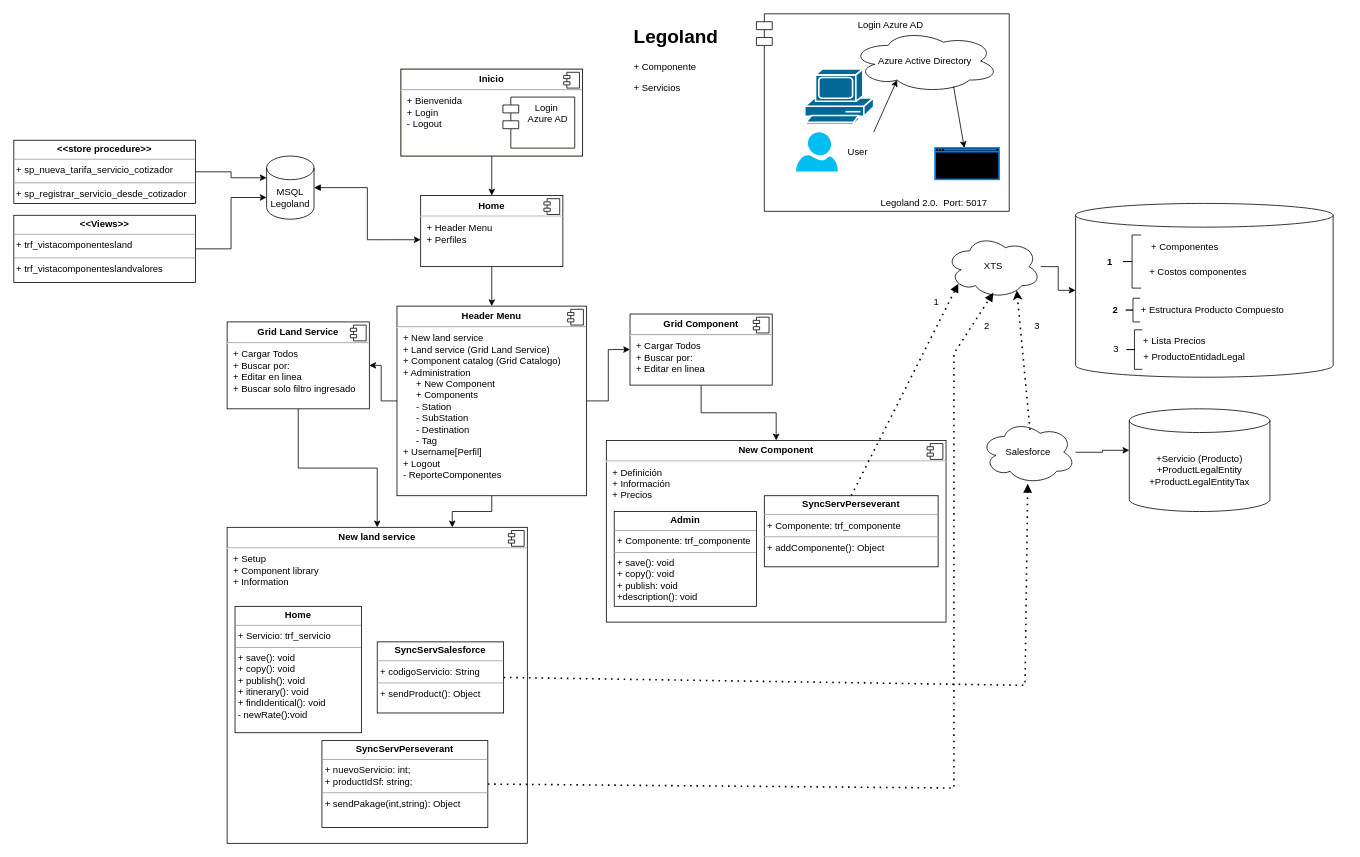
Above: Legoland2.drawio in TecladoZurdo/UML (draw.io), before the change. Source tidied: cells renumbered, new cells numbered last; positions are measured from the earlier drawing's top-left corner, leaving out a move shared by most shapes. Both pictures are drawn from the tidied source at 79%, with x=0, y=0 at pixel (13, 13).
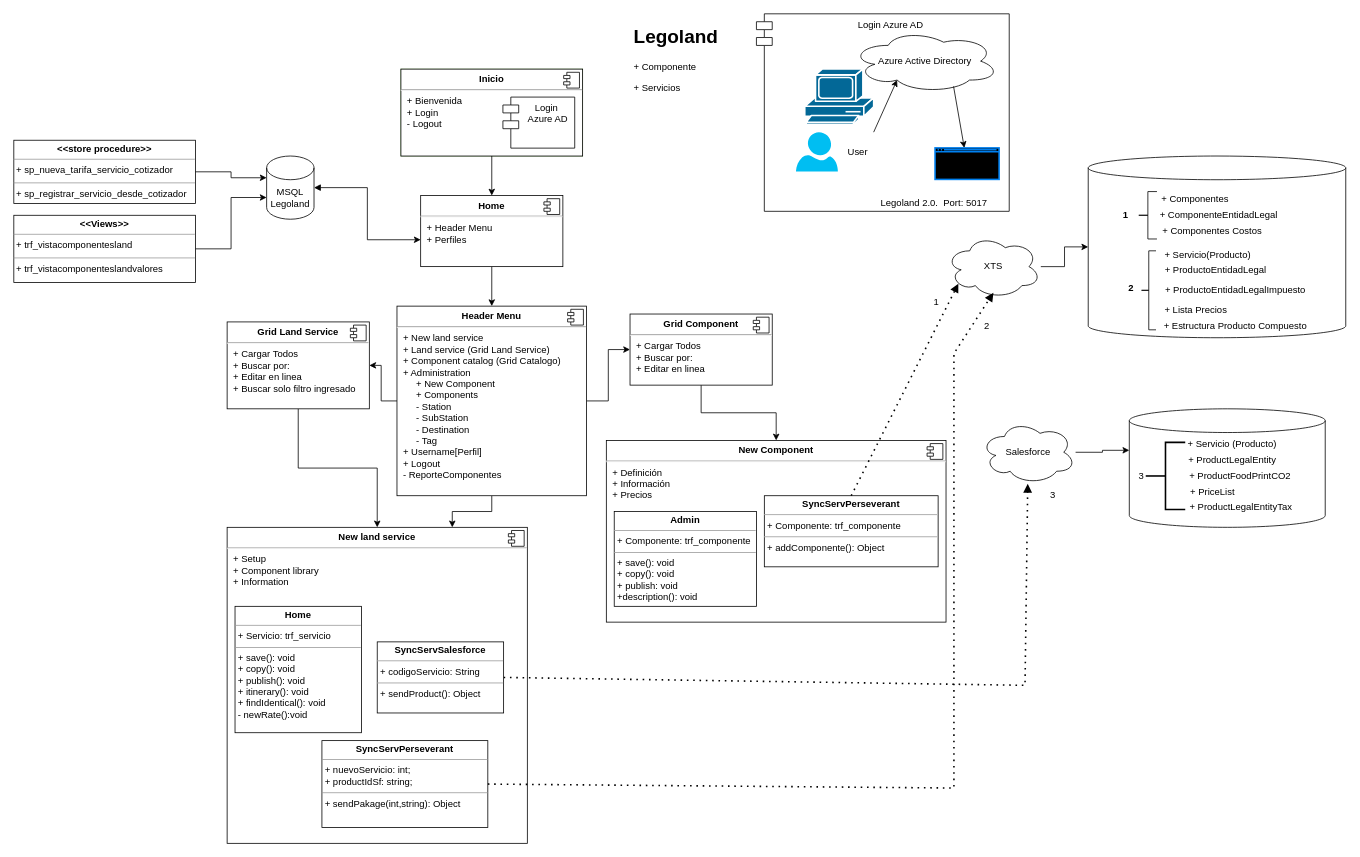
The same diagram, later.

The change refers to these unchanged cells:
```xml
<mxCell id="40" value="XTS" style="ellipse;shape=cloud;whiteSpace=wrap;html=1;rounded=0;" parent="1" vertex="1">
  <mxGeometry x="1180" y="280" width="120" height="80" as="geometry" />
</mxCell>
<mxCell id="41" value="Salesforce" style="ellipse;shape=cloud;whiteSpace=wrap;html=1;rounded=0;" parent="1" vertex="1">
  <mxGeometry x="1224" y="515" width="120" height="80" as="geometry" />
</mxCell>
```

What changed in the source:
```diff
@@
-    <mxCell id="43" value="&lt;br&gt;&amp;nbsp; &amp;nbsp; &amp;nbsp; &amp;nbsp; &amp;nbsp; &amp;nbsp;&lt;br&gt;&amp;nbsp; &amp;nbsp; &amp;nbsp;&amp;nbsp;&lt;br&gt;&lt;br&gt;&amp;nbsp; &amp;nbsp; &amp;nbsp; &amp;nbsp; &amp;nbsp; &amp;nbsp; &amp;nbsp; &amp;nbsp; &amp;nbsp; &amp;nbsp; &amp;nbsp; &amp;nbsp; &amp;nbsp; &amp;nbsp; &amp;nbsp; &amp;nbsp; &amp;nbsp; &amp;nbsp; &amp;nbsp;&amp;nbsp;" style="shape=cylinder3;whiteSpace=wrap;html=1;boundedLbl=1;backgroundOutline=1;size=15;rounded=0;" parent="1" vertex="1">
-      <mxGeometry x="1344" y="240" width="326" height="220" as="geometry" />
-    </mxCell>
-    <mxCell id="44" value="+Servicio (Producto)&lt;br&gt;+ProductLegalEntity&lt;br&gt;+ProductLegalEntityTax" style="shape=cylinder3;whiteSpace=wrap;html=1;boundedLbl=1;backgroundOutline=1;size=15;rounded=0;" parent="1" vertex="1">
-      <mxGeometry x="1412" y="500" width="178" height="130" as="geometry" />
+    <mxCell id="44" value="&lt;br&gt;&lt;br&gt;&lt;br&gt;" style="shape=cylinder3;whiteSpace=wrap;html=1;boundedLbl=1;backgroundOutline=1;size=15;rounded=0;align=center;" parent="1" vertex="1">
+      <mxGeometry x="1412" y="500" width="248" height="150" as="geometry" />
     </mxCell>
@@
-    <mxCell id="60" style="group;" parent="1" vertex="1">
-      <mxGeometry x="1380" y="360" width="220" height="30" as="geometry" />
-    </mxCell>
+    <mxCell id="76" style="group;" parent="1" vertex="1">
+      <mxGeometry x="1360" y="180" width="326" height="230" as="geometry" />
+    </mxCell>
+    <mxCell id="43" value="&lt;br&gt;&amp;nbsp; &amp;nbsp; &amp;nbsp; &amp;nbsp; &amp;nbsp; &amp;nbsp;&lt;br&gt;&amp;nbsp; &amp;nbsp; &amp;nbsp;&amp;nbsp;&lt;br&gt;&lt;br&gt;&amp;nbsp; &amp;nbsp; &amp;nbsp; &amp;nbsp; &amp;nbsp; &amp;nbsp; &amp;nbsp; &amp;nbsp; &amp;nbsp; &amp;nbsp; &amp;nbsp; &amp;nbsp; &amp;nbsp; &amp;nbsp; &amp;nbsp; &amp;nbsp; &amp;nbsp; &amp;nbsp; &amp;nbsp;&amp;nbsp;" style="shape=cylinder3;whiteSpace=wrap;html=1;boundedLbl=1;backgroundOutline=1;size=15;rounded=0;" parent="76" vertex="1">
+      <mxGeometry width="326" height="230" as="geometry" />
+    </mxCell>
+    <mxCell id="77" style="group;" parent="1" vertex="1">
+      <mxGeometry x="1400" y="290" width="245.8" height="120" as="geometry" />
+    </mxCell>
-    <mxCell id="61" style="shape=curlyBracket;whiteSpace=wrap;html=1;rounded=0;labelPosition=left;verticalLabelPosition=middle;align=right;verticalAlign=middle;size=0.5;" parent="60" vertex="1">
-      <mxGeometry x="27.5" width="18.3" height="30" as="geometry" />
+    <mxCell id="61" style="shape=curlyBracket;whiteSpace=wrap;html=1;rounded=0;labelPosition=left;verticalLabelPosition=middle;align=right;verticalAlign=middle;size=0.5;" parent="77" vertex="1">
+      <mxGeometry x="27.5" y="10" width="18.3" height="100" as="geometry" />
     </mxCell>
-    <mxCell id="62" value="2" style="text;align=center;fontStyle=1;verticalAlign=middle;spacingLeft=3;spacingRight=3;strokeColor=none;html=1;rounded=0;" parent="60" vertex="1">
-      <mxGeometry y="6.8" width="27.5" height="16.5" as="geometry" />
+    <mxCell id="62" value="2" style="text;align=center;fontStyle=1;verticalAlign=middle;spacingLeft=3;spacingRight=3;strokeColor=none;html=1;rounded=0;" parent="77" vertex="1">
+      <mxGeometry y="45" width="27.5" height="23.2" as="geometry" />
     </mxCell>
-    <mxCell id="63" value="+ Estructura Producto Compuesto" style="text;html=1;align=center;verticalAlign=middle;strokeColor=none;fillColor=none;" parent="60" vertex="1">
-      <mxGeometry x="36.7" width="200" height="30" as="geometry" />
+    <mxCell id="63" value="+ Estructura Producto Compuesto" style="text;html=1;align=center;verticalAlign=middle;strokeColor=none;fillColor=none;" parent="77" vertex="1">
+      <mxGeometry x="45.8" y="90" width="200" height="30" as="geometry" />
     </mxCell>
-    <mxCell id="64" style="group;" parent="1" vertex="1">
-      <mxGeometry x="1370" y="280" width="217" height="67.2" as="geometry" />
-    </mxCell>
+    <mxCell id="78" value="+ Servicio(Producto)" style="text;html=1;align=center;verticalAlign=middle;strokeColor=none;fillColor=none;" parent="77" vertex="1">
+      <mxGeometry x="45.8" width="130" height="30" as="geometry" />
+    </mxCell>
+    <mxCell id="72" value="+ Lista Precios" style="text;html=1;align=center;verticalAlign=middle;strokeColor=none;fillColor=none;" parent="77" vertex="1">
+      <mxGeometry x="45.8" y="70" width="100" height="30" as="geometry" />
+    </mxCell>
+    <mxCell id="75" value="+ ProductoEntidadLegal" style="text;html=1;align=center;verticalAlign=middle;strokeColor=none;fillColor=none;" parent="77" vertex="1">
+      <mxGeometry x="45.8" y="20" width="150" height="30" as="geometry" />
+    </mxCell>
+    <mxCell id="79" value="+ ProductoEntidadLegalImpuesto" style="text;html=1;align=center;verticalAlign=middle;strokeColor=none;fillColor=none;" parent="77" vertex="1">
+      <mxGeometry x="45.8" y="45" width="200" height="30" as="geometry" />
+    </mxCell>
+    <mxCell id="80" style="group;" parent="1" vertex="1">
+      <mxGeometry x="1390" y="220" width="220" height="70" as="geometry" />
+    </mxCell>
-    <mxCell id="65" style="shape=curlyBracket;whiteSpace=wrap;html=1;rounded=0;labelPosition=left;verticalLabelPosition=middle;align=right;verticalAlign=middle;size=0.5;" parent="64" vertex="1">
-      <mxGeometry x="34" width="23" height="67.2" as="geometry" />
+    <mxCell id="65" style="shape=curlyBracket;whiteSpace=wrap;html=1;rounded=0;labelPosition=left;verticalLabelPosition=middle;align=right;verticalAlign=middle;size=0.5;" parent="80" vertex="1">
+      <mxGeometry x="34" y="5" width="23" height="60" as="geometry" />
     </mxCell>
-    <mxCell id="66" value="1" style="text;align=center;fontStyle=1;verticalAlign=middle;spacingLeft=3;spacingRight=3;strokeColor=none;html=1;rounded=0;" parent="64" vertex="1">
-      <mxGeometry y="18.4" width="34" height="30.5" as="geometry" />
+    <mxCell id="66" value="1" style="text;align=center;fontStyle=1;verticalAlign=middle;spacingLeft=3;spacingRight=3;strokeColor=none;html=1;rounded=0;" parent="80" vertex="1">
+      <mxGeometry y="20" width="34" height="30.5" as="geometry" />
     </mxCell>
-    <mxCell id="67" value="+ Componentes" style="text;html=1;align=center;verticalAlign=middle;strokeColor=none;fillColor=none;" parent="64" vertex="1">
-      <mxGeometry x="57" width="110" height="30" as="geometry" />
+    <mxCell id="67" value="+ Componentes" style="text;html=1;align=center;verticalAlign=middle;strokeColor=none;fillColor=none;" parent="80" vertex="1">
+      <mxGeometry x="50" width="110" height="30" as="geometry" />
     </mxCell>
-    <mxCell id="68" value="+ Costos componentes&amp;nbsp; &amp;nbsp; &amp;nbsp;" style="text;html=1;align=center;verticalAlign=middle;strokeColor=none;fillColor=none;" parent="64" vertex="1">
-      <mxGeometry x="57" y="32.2" width="160" height="30" as="geometry" />
+    <mxCell id="68" value="+ Componentes Costos&amp;nbsp; &amp;nbsp; &amp;nbsp;" style="text;html=1;align=center;verticalAlign=middle;strokeColor=none;fillColor=none;" parent="80" vertex="1">
+      <mxGeometry x="50" y="40" width="170" height="30" as="geometry" />
     </mxCell>
-    <mxCell id="69" style="endArrow=classic;dashed=1;html=1;dashPattern=1 3;strokeWidth=2;exitX=0.519;exitY=0.146;exitDx=0;exitDy=0;exitPerimeter=0;entryX=0.747;entryY=0.875;entryDx=0;entryDy=0;entryPerimeter=0;endFill=1;" parent="1" edge="1" source="41" target="40">
-      <mxGeometry relative="1" as="geometry" />
-    </mxCell>
-    <mxCell id="70" value="3" style="text;html=1;align=center;verticalAlign=middle;strokeColor=none;fillColor=none;" parent="1" vertex="1">
-      <mxGeometry x="1280" y="380.5" width="30" height="30" as="geometry" />
-    </mxCell>
-    <mxCell id="71" style="group;" parent="1" vertex="1">
-      <mxGeometry x="1380" y="400" width="188.5" height="50" as="geometry" />
-    </mxCell>
-    <mxCell id="72" value="+ Lista Precios" style="text;html=1;align=center;verticalAlign=middle;strokeColor=none;fillColor=none;" parent="71" vertex="1">
-      <mxGeometry x="38.5" width="100" height="30" as="geometry" />
-    </mxCell>
-    <mxCell id="73" value="3" style="text;html=1;align=center;verticalAlign=middle;strokeColor=none;fillColor=none;" parent="71" vertex="1">
-      <mxGeometry y="10" width="30" height="30" as="geometry" />
-    </mxCell>
-    <mxCell id="74" style="shape=curlyBracket;whiteSpace=wrap;html=1;rounded=0;labelPosition=left;verticalLabelPosition=middle;align=right;verticalAlign=middle;size=0.5;" parent="71" vertex="1">
-      <mxGeometry x="28.5" width="20" height="50" as="geometry" />
-    </mxCell>
-    <mxCell id="75" value="+ ProductoEntidadLegal" style="text;html=1;align=center;verticalAlign=middle;strokeColor=none;fillColor=none;" parent="71" vertex="1">
-      <mxGeometry x="38.5" y="20" width="150" height="30" as="geometry" />
-    </mxCell>
+    <mxCell id="81" value="+ ComponenteEntidadLegal" style="text;html=1;align=center;verticalAlign=middle;strokeColor=none;fillColor=none;" parent="80" vertex="1">
+      <mxGeometry x="50" y="20" width="170" height="30" as="geometry" />
+    </mxCell>
+    <mxCell id="82" value="3" style="text;html=1;align=center;verticalAlign=middle;strokeColor=none;fillColor=none;" parent="1" vertex="1">
+      <mxGeometry x="1300" y="595" width="30" height="30" as="geometry" />
+    </mxCell>
+    <mxCell id="83" style="group;" parent="1" vertex="1">
+      <mxGeometry x="1412" y="530" width="215.8" height="110" as="geometry" />
+    </mxCell>
+    <mxCell id="84" value="3" style="text;html=1;align=center;verticalAlign=middle;strokeColor=none;fillColor=none;" parent="83" vertex="1">
+      <mxGeometry y="40" width="30" height="30" as="geometry" />
+    </mxCell>
+    <mxCell id="85" style="strokeWidth=2;html=1;shape=mxgraph.flowchart.annotation_2;align=left;labelPosition=right;" parent="83" vertex="1">
+      <mxGeometry x="20.8" y="12.5" width="50" height="85" as="geometry" />
+    </mxCell>
+    <mxCell id="86" value="+ Servicio (Producto)" style="text;html=1;align=center;verticalAlign=middle;strokeColor=none;fillColor=none;" parent="83" vertex="1">
+      <mxGeometry x="59.8" width="140" height="30" as="geometry" />
+    </mxCell>
+    <mxCell id="87" value="+ ProductLegalEntity" style="text;html=1;align=center;verticalAlign=middle;strokeColor=none;fillColor=none;" parent="83" vertex="1">
+      <mxGeometry x="64.8" y="20" width="130" height="30" as="geometry" />
+    </mxCell>
+    <mxCell id="88" value="+ ProductFoodPrintCO2" style="text;html=1;align=center;verticalAlign=middle;strokeColor=none;fillColor=none;" parent="83" vertex="1">
+      <mxGeometry x="64.8" y="40" width="150" height="30" as="geometry" />
+    </mxCell>
+    <mxCell id="89" value="+ PriceList" style="text;html=1;align=center;verticalAlign=middle;strokeColor=none;fillColor=none;" parent="83" vertex="1">
+      <mxGeometry x="64.8" y="60" width="80" height="30" as="geometry" />
+    </mxCell>
+    <mxCell id="90" value="+ ProductLegalEntityTax" style="text;html=1;align=center;verticalAlign=middle;strokeColor=none;fillColor=none;" parent="83" vertex="1">
+      <mxGeometry x="65.8" y="80" width="150" height="30" as="geometry" />
+    </mxCell>
```
